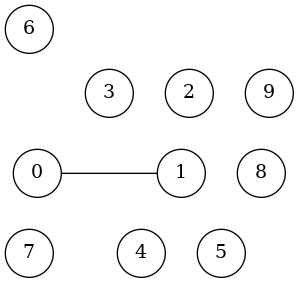
This is graph.png from AkiraShougun/Graph-Theory, a Graphviz export, as it was before one commit. Its source is kept beside it as graph.dot.
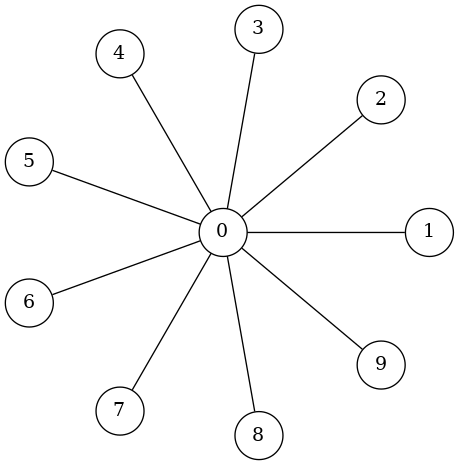
After the commit.

The edit, as a diff of the source:
```diff
@@ -12,4 +12,12 @@
 8;
 9;
 0 -- 1;
+0 -- 2;
+0 -- 3;
+0 -- 4;
+0 -- 5;
+0 -- 6;
+0 -- 7;
+0 -- 8;
+0 -- 9;
 }
```
